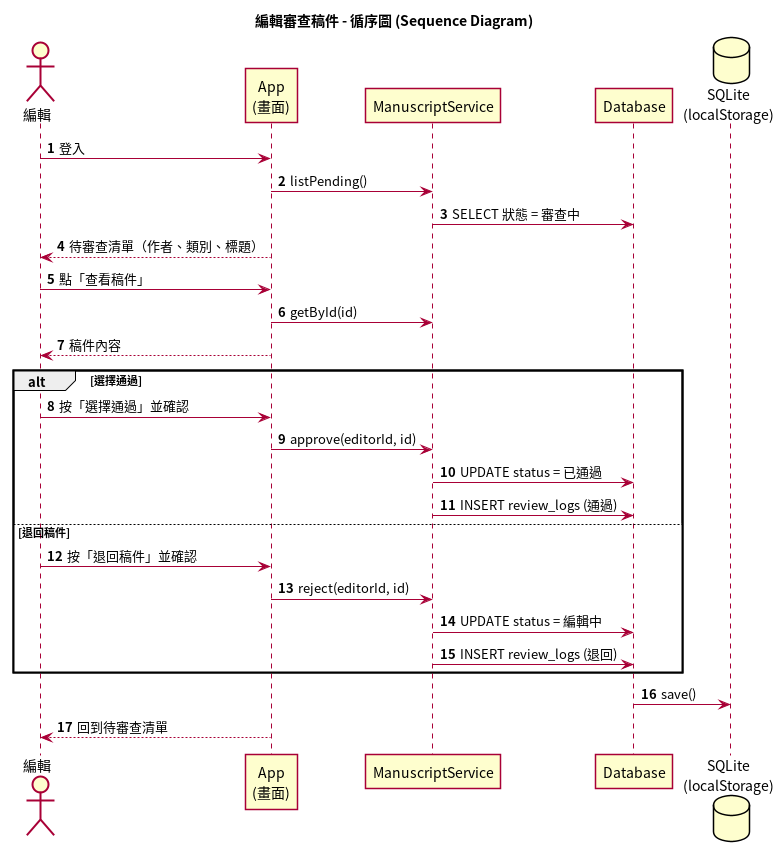
Before: docs/uml/05_sequence_editor.png, a diagram exported from PlantUML (617-lyx/1151se_mid). Its source is kept beside it as docs/uml/05_sequence_editor.puml.
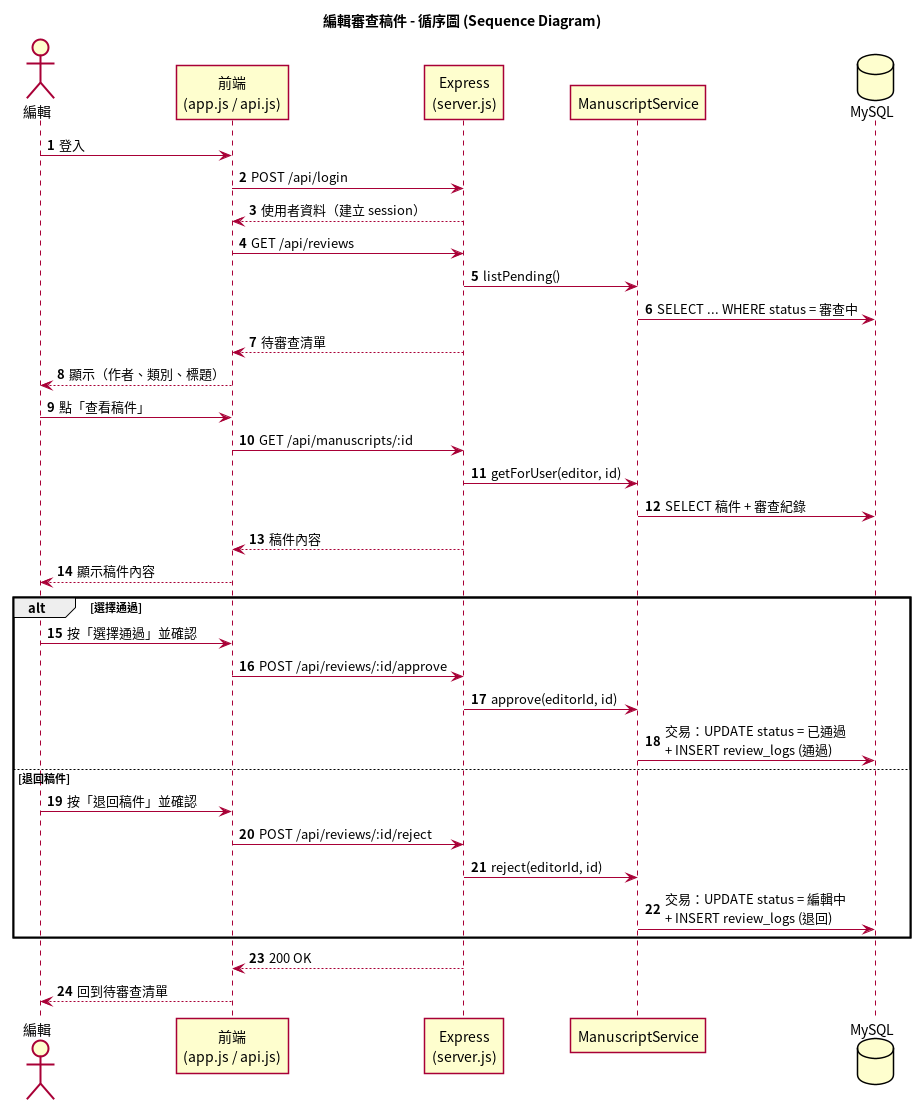
Above is the later version.

What changed in the source:
```diff
@@ -5,29 +5,36 @@
 title 編輯審查稿件 - 循序圖 (Sequence Diagram)
 autonumber
 actor 編輯
-participant "App\n(畫面)" as App
+participant "前端\n(app.js / api.js)" as FE
+participant "Express\n(server.js)" as API
 participant ManuscriptService as S
-participant Database as DB
-database "SQLite\n(localStorage)" as LS
+database MySQL as DB
 
-編輯 -> App : 登入
-App -> S : listPending()
-S -> DB : SELECT 狀態 = 審查中
-App --> 編輯 : 待審查清單（作者、類別、標題）
-編輯 -> App : 點「查看稿件」
-App -> S : getById(id)
-App --> 編輯 : 稿件內容
+編輯 -> FE : 登入
+FE -> API : POST /api/login
+API --> FE : 使用者資料（建立 session）
+FE -> API : GET /api/reviews
+API -> S : listPending()
+S -> DB : SELECT ... WHERE status = 審查中
+API --> FE : 待審查清單
+FE --> 編輯 : 顯示（作者、類別、標題）
+編輯 -> FE : 點「查看稿件」
+FE -> API : GET /api/manuscripts/:id
+API -> S : getForUser(editor, id)
+S -> DB : SELECT 稿件 + 審查紀錄
+API --> FE : 稿件內容
+FE --> 編輯 : 顯示稿件內容
 alt 選擇通過
-  編輯 -> App : 按「選擇通過」並確認
-  App -> S : approve(editorId, id)
-  S -> DB : UPDATE status = 已通過
-  S -> DB : INSERT review_logs (通過)
+  編輯 -> FE : 按「選擇通過」並確認
+  FE -> API : POST /api/reviews/:id/approve
+  API -> S : approve(editorId, id)
+  S -> DB : 交易：UPDATE status = 已通過\n+ INSERT review_logs (通過)
 else 退回稿件
-  編輯 -> App : 按「退回稿件」並確認
-  App -> S : reject(editorId, id)
-  S -> DB : UPDATE status = 編輯中
-  S -> DB : INSERT review_logs (退回)
+  編輯 -> FE : 按「退回稿件」並確認
+  FE -> API : POST /api/reviews/:id/reject
+  API -> S : reject(editorId, id)
+  S -> DB : 交易：UPDATE status = 編輯中\n+ INSERT review_logs (退回)
 end
-DB -> LS : save()
-App --> 編輯 : 回到待審查清單
+API --> FE : 200 OK
+FE --> 編輯 : 回到待審查清單
 @enduml
```
